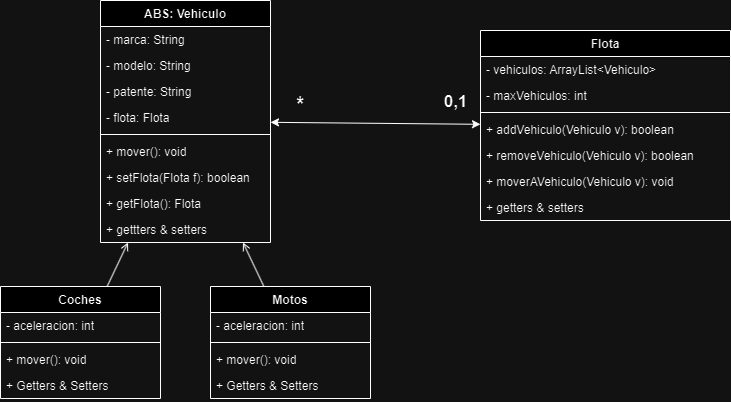
Above: poo/tarea/DiagramaFlotaVehiculos/Sistema de Gestión de Vehículos.drawio.png in LeonardoReichert/InformatorioJava (draw.io), before the change. Source tidied: cells renumbered, new cells last; positions are measured from the earlier drawing's top-left corner, leaving out a move shared by most shapes.
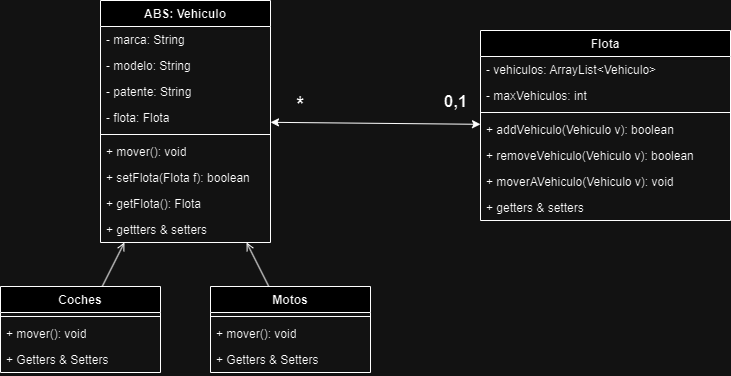
After the change.

Commit message:
pequenios cambios en el diagrama: sacado el atributo aceleracion

Diff of the diagram source:
```diff
@@ -57,34 +57,28 @@
       <mxGeometry y="164" width="250" height="26" as="geometry" />
     </mxCell>
     <mxCell id="20" value="Coches" style="swimlane;fontStyle=1;align=center;verticalAlign=top;horizontal=1;startSize=26;whiteSpace=wrap;html=1;" parent="1" vertex="1">
-      <mxGeometry y="286" width="160" height="112" as="geometry" />
+      <mxGeometry y="286" width="160" height="86" as="geometry" />
     </mxCell>
-    <mxCell id="21" value="- aceleracion: int" style="text;strokeColor=none;fillColor=none;align=left;verticalAlign=top;spacingLeft=4;spacingRight=4;overflow=hidden;whiteSpace=wrap;html=1;" parent="20" vertex="1">
-      <mxGeometry y="26" width="160" height="26" as="geometry" />
-    </mxCell>
     <mxCell id="22" style="line;strokeWidth=1;fillColor=none;align=left;verticalAlign=middle;spacingTop=-1;spacingLeft=3;spacingRight=3;labelPosition=right;strokeColor=inherit;" parent="20" vertex="1">
-      <mxGeometry y="52" width="160" height="8" as="geometry" />
+      <mxGeometry y="26" width="160" height="8" as="geometry" />
     </mxCell>
     <mxCell id="23" value="+ mover(): void" style="text;strokeColor=none;fillColor=none;align=left;verticalAlign=top;spacingLeft=4;spacingRight=4;overflow=hidden;whiteSpace=wrap;html=1;" parent="20" vertex="1">
-      <mxGeometry y="60" width="160" height="26" as="geometry" />
+      <mxGeometry y="34" width="160" height="26" as="geometry" />
     </mxCell>
     <mxCell id="24" value="+ Getters &amp;amp; Setters" style="text;strokeColor=none;fillColor=none;align=left;verticalAlign=top;spacingLeft=4;spacingRight=4;overflow=hidden;whiteSpace=wrap;html=1;" parent="20" vertex="1">
-      <mxGeometry y="86" width="160" height="26" as="geometry" />
+      <mxGeometry y="60" width="160" height="26" as="geometry" />
     </mxCell>
     <mxCell id="25" value="Motos" style="swimlane;fontStyle=1;align=center;verticalAlign=top;horizontal=1;startSize=26;whiteSpace=wrap;html=1;" parent="1" vertex="1">
-      <mxGeometry x="210" y="286" width="160" height="112" as="geometry" />
+      <mxGeometry x="210" y="286" width="160" height="86" as="geometry" />
     </mxCell>
-    <mxCell id="26" value="- aceleracion: int" style="text;strokeColor=none;fillColor=none;align=left;verticalAlign=top;spacingLeft=4;spacingRight=4;overflow=hidden;whiteSpace=wrap;html=1;" parent="25" vertex="1">
-      <mxGeometry y="26" width="160" height="26" as="geometry" />
-    </mxCell>
     <mxCell id="27" style="line;strokeWidth=1;fillColor=none;align=left;verticalAlign=middle;spacingTop=-1;spacingLeft=3;spacingRight=3;labelPosition=right;strokeColor=inherit;" parent="25" vertex="1">
-      <mxGeometry y="52" width="160" height="8" as="geometry" />
+      <mxGeometry y="26" width="160" height="8" as="geometry" />
     </mxCell>
     <mxCell id="28" value="+ mover(): void" style="text;strokeColor=none;fillColor=none;align=left;verticalAlign=top;spacingLeft=4;spacingRight=4;overflow=hidden;whiteSpace=wrap;html=1;" parent="25" vertex="1">
-      <mxGeometry y="60" width="160" height="26" as="geometry" />
+      <mxGeometry y="34" width="160" height="26" as="geometry" />
     </mxCell>
     <mxCell id="29" value="+ Getters &amp;amp; Setters" style="text;strokeColor=none;fillColor=none;align=left;verticalAlign=top;spacingLeft=4;spacingRight=4;overflow=hidden;whiteSpace=wrap;html=1;" parent="25" vertex="1">
-      <mxGeometry y="86" width="160" height="26" as="geometry" />
+      <mxGeometry y="60" width="160" height="26" as="geometry" />
     </mxCell>
     <mxCell id="30" style="endArrow=open;endFill=1;html=1;rounded=0;curved=0;" parent="1" edge="1" source="20" target="2">
       <mxGeometry relative="1" as="geometry" />
```
